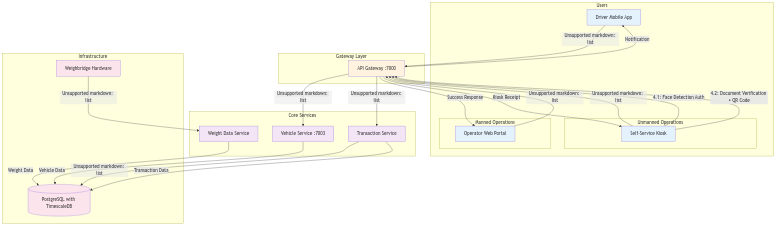
Before: docs/c4/assets/complete-weighing-transaction-flow.png, a diagram exported from Mermaid (Qalitrack/qalitrackservices). Its source is kept beside it as docs/c4/complete-weighing-transaction-flow.mmd.
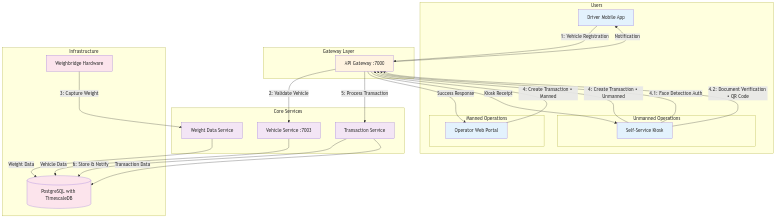
Above is the later version.

What changed in the source:
```diff
@@ -26,18 +26,18 @@
         Hardware[Weighbridge Hardware]
     end
 
-    Driver -->|"1. Vehicle Registration"| Gateway
-    Gateway -->|"2. Validate Vehicle"| VehicleSvc
-    Hardware -->|"3. Capture Weight"| WeightSvc
+    Driver -->|"1: Vehicle Registration"| Gateway
+    Gateway -->|"2: Validate Vehicle"| VehicleSvc
+    Hardware -->|"3: Capture Weight"| WeightSvc
 
-    Operator -->|"4. Create Transaction • Manned"| Gateway
+    Operator -->|"4: Create Transaction • Manned"| Gateway
 
-    Kiosk -->|"4. Create Transaction • Unmanned"| Gateway
+    Kiosk -->|"4: Create Transaction • Unmanned"| Gateway
     Kiosk -->|"4.1: Face Detection Auth"| Gateway
     Kiosk -->|"4.2: Document Verification • QR Code"| Gateway
 
-    Gateway -->|"5. Process Transaction"| TransactionSvc
-    TransactionSvc -->|"6. Store & Notify"| PostgreSQL
+    Gateway -->|"5: Process Transaction"| TransactionSvc
+    TransactionSvc -->|"6: Store & Notify"| PostgreSQL
 
     VehicleSvc -->|Vehicle Data| PostgreSQL
     WeightSvc -->|Weight Data| PostgreSQL
```
